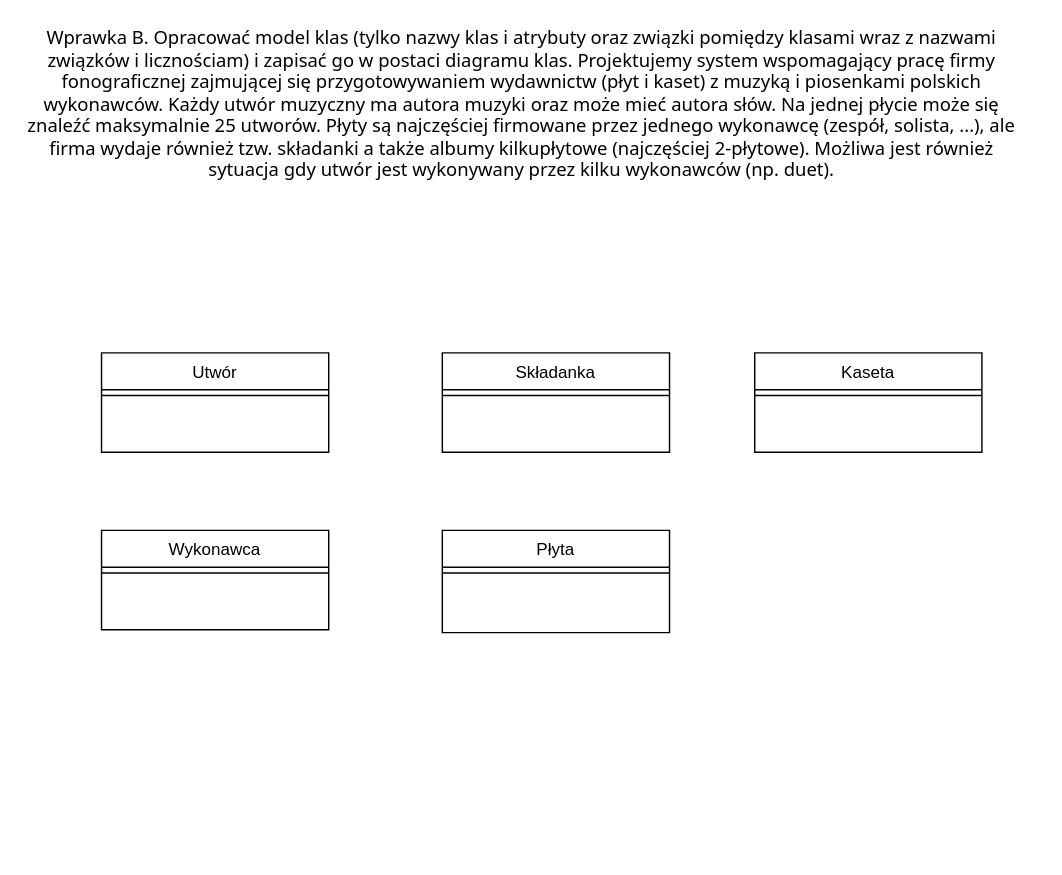
The draw.io diagram Diagram_klas.drawio in MichjuX/UML_Diagrams, before the edit. Source tidied: cells renumbered, new cells numbered last; positions are measured from the earlier drawing's top-left corner, leaving out a move shared by most shapes. Both pictures are drawn from the tidied source at 142%, with x=0, y=0 at pixel (24, 82).
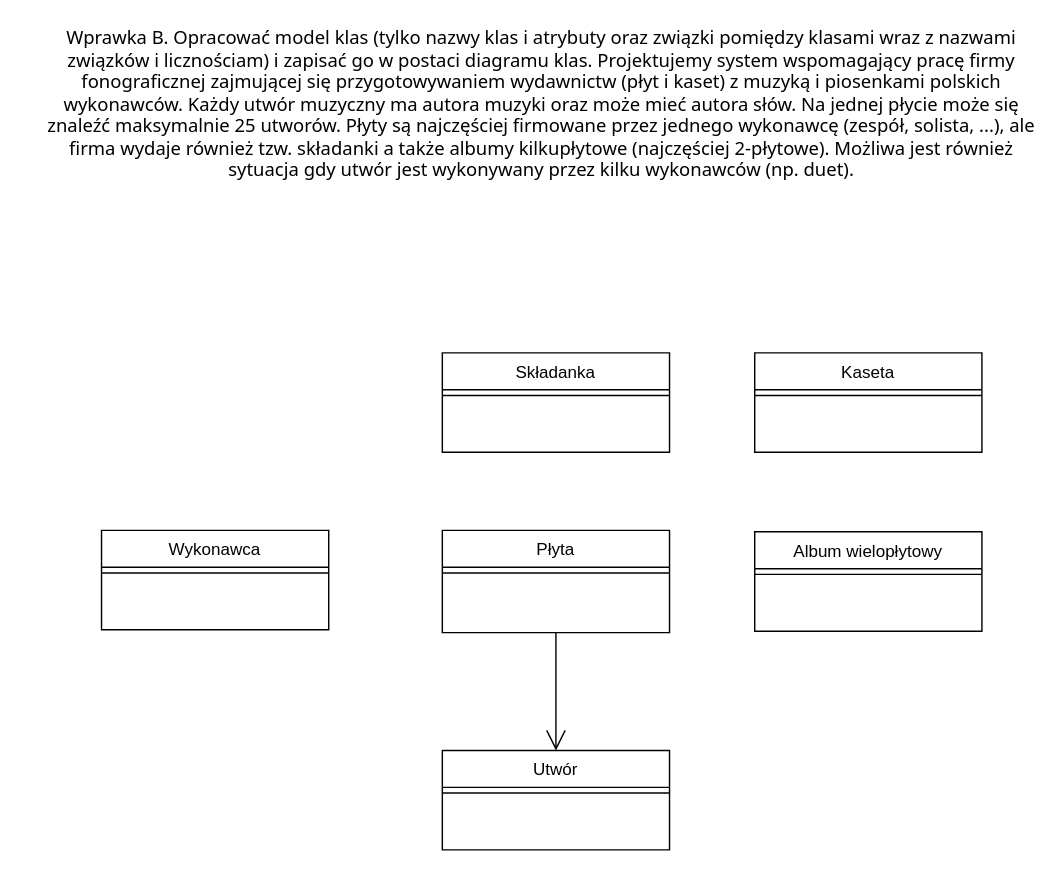
The same diagram, later.

Change to the diagram source:
```diff
@@
 <mxGraphModel>
   <root>
     <mxCell id="0" />
     <mxCell id="1" parent="0" />
     <mxCell id="2" value="Płyta" style="swimlane;fontStyle=0;align=center;verticalAlign=top;horizontal=1;startSize=26;rounded=0;shadow=0;strokeWidth=1;" parent="1" vertex="1">
       <mxGeometry x="294" y="315" width="160" height="72" as="geometry" />
     </mxCell>
     <mxCell id="3" style="line;html=1;strokeWidth=1;align=left;verticalAlign=middle;spacingTop=-1;spacingLeft=3;spacingRight=3;labelPosition=right;" parent="2" vertex="1">
       <mxGeometry y="26" width="160" height="8" as="geometry" />
     </mxCell>
     <mxCell id="4" value="Kaseta" style="swimlane;fontStyle=0;align=center;verticalAlign=top;horizontal=1;startSize=26;rounded=0;shadow=0;strokeWidth=1;" parent="1" vertex="1">
       <mxGeometry x="514" y="190" width="160" height="70" as="geometry" />
     </mxCell>
     <mxCell id="5" style="line;html=1;strokeWidth=1;align=left;verticalAlign=middle;spacingTop=-1;spacingLeft=3;spacingRight=3;labelPosition=right;" parent="4" vertex="1">
       <mxGeometry y="26" width="160" height="8" as="geometry" />
     </mxCell>
     <mxCell id="6" value="Składanka&#10;" style="swimlane;fontStyle=0;align=center;verticalAlign=top;horizontal=1;startSize=26;rounded=0;shadow=0;strokeWidth=1;" parent="1" vertex="1">
       <mxGeometry x="294" y="190" width="160" height="70" as="geometry" />
     </mxCell>
     <mxCell id="7" style="line;html=1;strokeWidth=1;align=left;verticalAlign=middle;spacingTop=-1;spacingLeft=3;spacingRight=3;labelPosition=right;" parent="6" vertex="1">
       <mxGeometry y="26" width="160" height="8" as="geometry" />
     </mxCell>
     <mxCell id="8" value="Utwór" style="swimlane;fontStyle=0;align=center;verticalAlign=top;horizontal=1;startSize=26;rounded=0;shadow=0;strokeWidth=1;" parent="1" vertex="1">
-      <mxGeometry x="54" y="190" width="160" height="70" as="geometry" />
+      <mxGeometry x="294" y="470" width="160" height="70" as="geometry" />
     </mxCell>
     <mxCell id="9" style="line;html=1;strokeWidth=1;align=left;verticalAlign=middle;spacingTop=-1;spacingLeft=3;spacingRight=3;labelPosition=right;" parent="8" vertex="1">
       <mxGeometry y="26" width="160" height="8" as="geometry" />
     </mxCell>
     <mxCell id="10" value="Wykonawca&#10;" style="swimlane;fontStyle=0;align=center;verticalAlign=top;horizontal=1;startSize=26;rounded=0;shadow=0;strokeWidth=1;" parent="1" vertex="1">
       <mxGeometry x="54" y="315" width="160" height="70" as="geometry" />
     </mxCell>
     <mxCell id="11" style="line;html=1;strokeWidth=1;align=left;verticalAlign=middle;spacingTop=-1;spacingLeft=3;spacingRight=3;labelPosition=right;" parent="10" vertex="1">
       <mxGeometry y="26" width="160" height="8" as="geometry" />
     </mxCell>
     <mxCell id="12" value="&lt;span style=&quot;font-size: small; text-align: start;&quot;&gt;&lt;font face=&quot;Tahoma&quot;&gt;Wprawka B. Opracować model klas (tylko nazwy klas i atrybuty oraz związki pomiędzy klasami wraz z nazwami związków i licznościam) i zapisać go w postaci diagramu klas. Projektujemy system wspomagający pracę firmy fonograficznej zajmującej się przygotowywaniem wydawnictw (płyt i kaset) z muzyką i piosenkami polskich wykonawców. Każdy utwór muzyczny ma autora muzyki oraz może mieć autora słów. Na jednej płycie może się znaleźć maksymalnie 25 utworów. Płyty są najczęściej firmowane przez jednego wykonawcę (zespół, solista, ...), ale firma wydaje również tzw. składanki a także albumy kilkupłytowe (najczęściej 2-płytowe). Możliwa jest również sytuacja gdy utwór jest wykonywany przez kilku wykonawców (np. duet).&lt;/font&gt;&lt;/span&gt;" style="text;html=1;align=center;verticalAlign=middle;whiteSpace=wrap;rounded=0;" parent="1" vertex="1">
-      <mxGeometry width="700" height="30" as="geometry" />
+      <mxGeometry x="14" width="700" height="30" as="geometry" />
     </mxCell>
+    <mxCell id="13" value="Album wielopłytowy&#10;" style="swimlane;fontStyle=0;align=center;verticalAlign=top;horizontal=1;startSize=26;rounded=0;shadow=0;strokeWidth=1;" parent="1" vertex="1">
+      <mxGeometry x="514" y="316" width="160" height="70" as="geometry" />
+    </mxCell>
+    <mxCell id="14" style="line;html=1;strokeWidth=1;align=left;verticalAlign=middle;spacingTop=-1;spacingLeft=3;spacingRight=3;labelPosition=right;" parent="13" vertex="1">
+      <mxGeometry y="26" width="160" height="8" as="geometry" />
+    </mxCell>
+    <mxCell id="15" style="endArrow=open;endFill=1;endSize=12;html=1;rounded=0;exitX=0.5;exitY=1;exitDx=0;exitDy=0;entryX=0.5;entryY=0;entryDx=0;entryDy=0;" parent="1" edge="1" source="2" target="8">
+      <mxGeometry relative="1" as="geometry" />
+    </mxCell>
   </root>
 </mxGraphModel>
```
